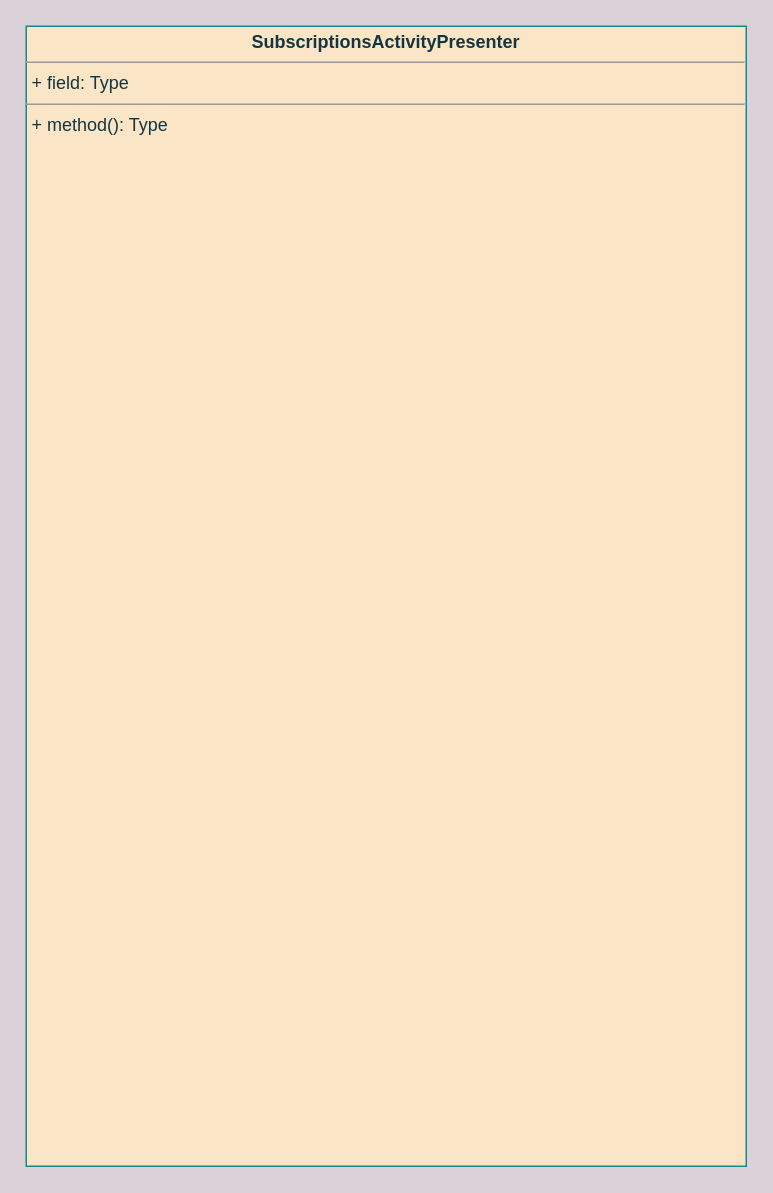
Earlier version of the draw.io diagram UNI-16879.drawio (ShiryaevNikolay/diagrams). Source tidied: cells renumbered, new cells numbered last; positions are measured from the earlier drawing's top-left corner, leaving out a move shared by most shapes. Both pictures are drawn from the tidied source at 150%, with x=0, y=0 at pixel (26, 26).
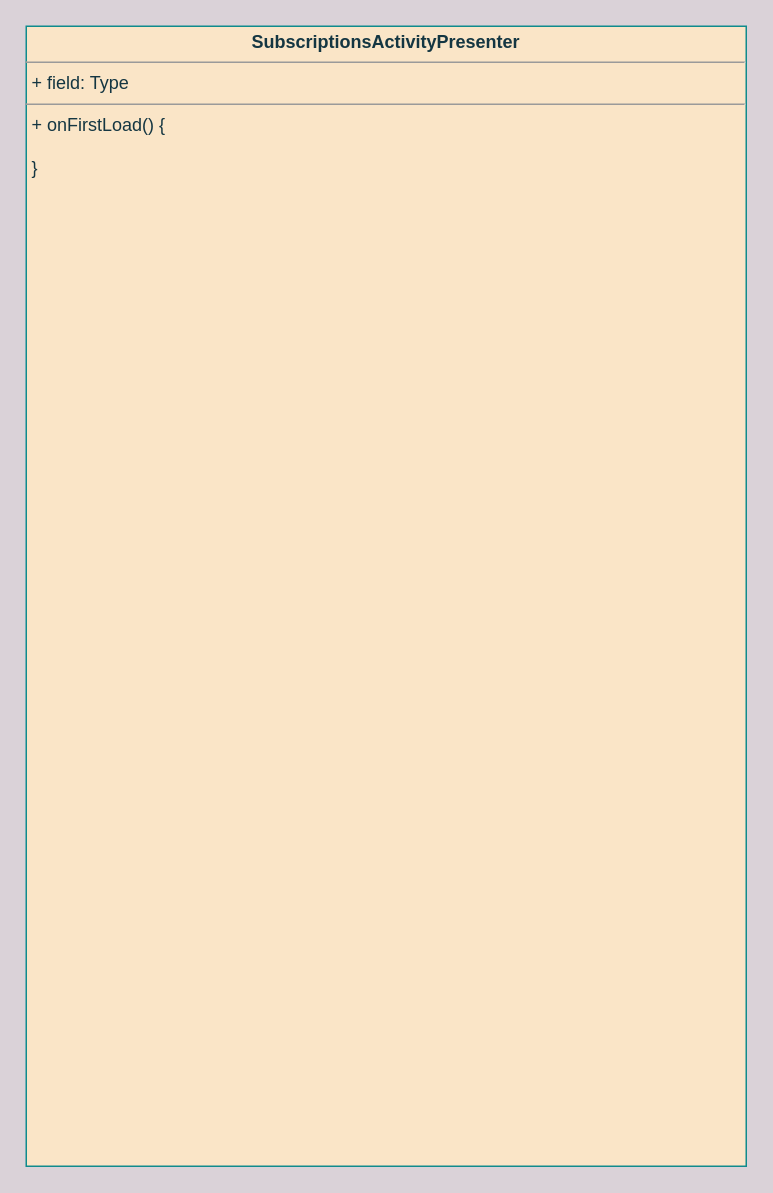
After the change.

Diff of the diagram source:
```diff
@@
 <mxGraphModel background="#DAD2D8">
   <root>
     <mxCell id="0" />
     <mxCell id="1" parent="0" />
-    <mxCell id="2" value="&lt;p style=&quot;margin:0px;margin-top:4px;text-align:center;&quot;&gt;&lt;b&gt;SubscriptionsActivityPresenter&lt;/b&gt;&lt;/p&gt;&lt;hr size=&quot;1&quot;&gt;&lt;p style=&quot;margin:0px;margin-left:4px;&quot;&gt;+ field: Type&lt;/p&gt;&lt;hr size=&quot;1&quot;&gt;&lt;p style=&quot;margin:0px;margin-left:4px;&quot;&gt;+ method(): Type&lt;/p&gt;" style="verticalAlign=top;align=left;overflow=fill;fontSize=12;fontFamily=Helvetica;html=1;rounded=0;sketch=0;fontColor=#143642;strokeColor=#0F8B8D;fillColor=#FAE5C7;" parent="1" vertex="1">
+    <mxCell id="2" value="&lt;p style=&quot;margin:0px;margin-top:4px;text-align:center;&quot;&gt;&lt;b&gt;SubscriptionsActivityPresenter&lt;/b&gt;&lt;/p&gt;&lt;hr size=&quot;1&quot;&gt;&lt;p style=&quot;margin:0px;margin-left:4px;&quot;&gt;+ field: Type&lt;/p&gt;&lt;hr size=&quot;1&quot;&gt;&lt;p style=&quot;margin:0px;margin-left:4px;&quot;&gt;+ onFirstLoad() {&lt;/p&gt;&lt;p style=&quot;margin:0px;margin-left:4px;&quot;&gt;&lt;br&gt;&lt;/p&gt;&lt;p style=&quot;margin:0px;margin-left:4px;&quot;&gt;}&lt;br&gt;&lt;/p&gt;" style="verticalAlign=top;align=left;overflow=fill;fontSize=12;fontFamily=Helvetica;html=1;rounded=0;sketch=0;fontColor=#143642;strokeColor=#0F8B8D;fillColor=#FAE5C7;" parent="1" vertex="1">
       <mxGeometry width="480" height="760" as="geometry" />
     </mxCell>
   </root>
 </mxGraphModel>
```
